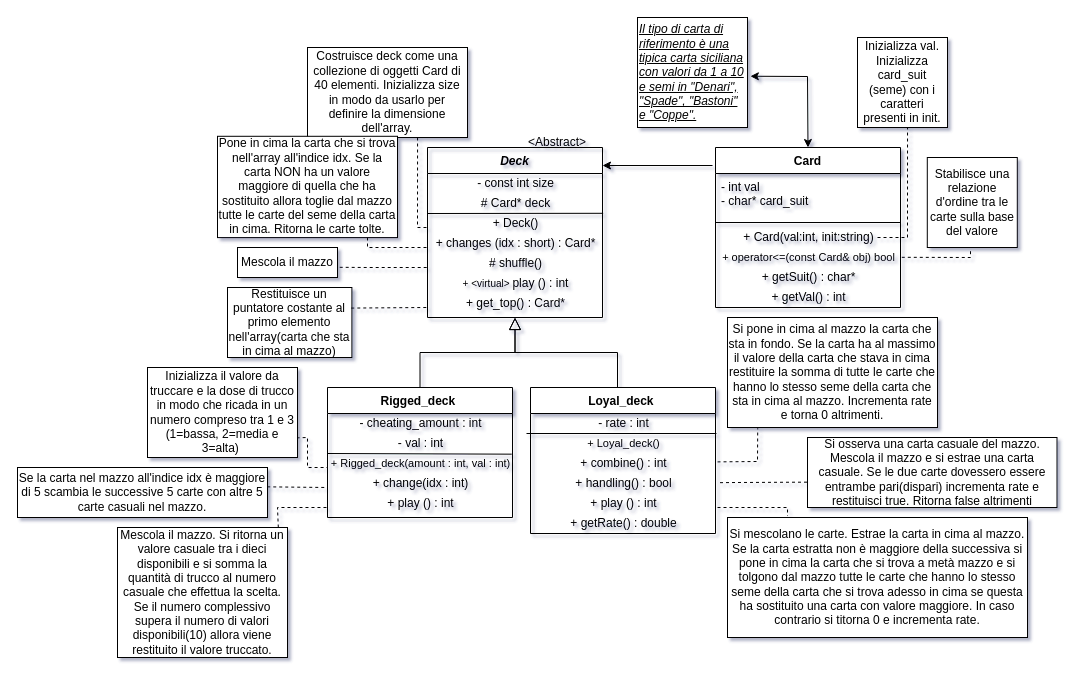
Before: Lab.-ProgI-AA-2022/Deck/DiagrammaDeck.drawio in nameisalfio/ProgI, a draw.io diagram. Source tidied: cells renumbered, new cells numbered last; positions are measured from the earlier drawing's top-left corner, leaving out a move shared by most shapes. Both pictures are drawn from the tidied source at 100%, with x=0, y=0 at pixel (17, 17).
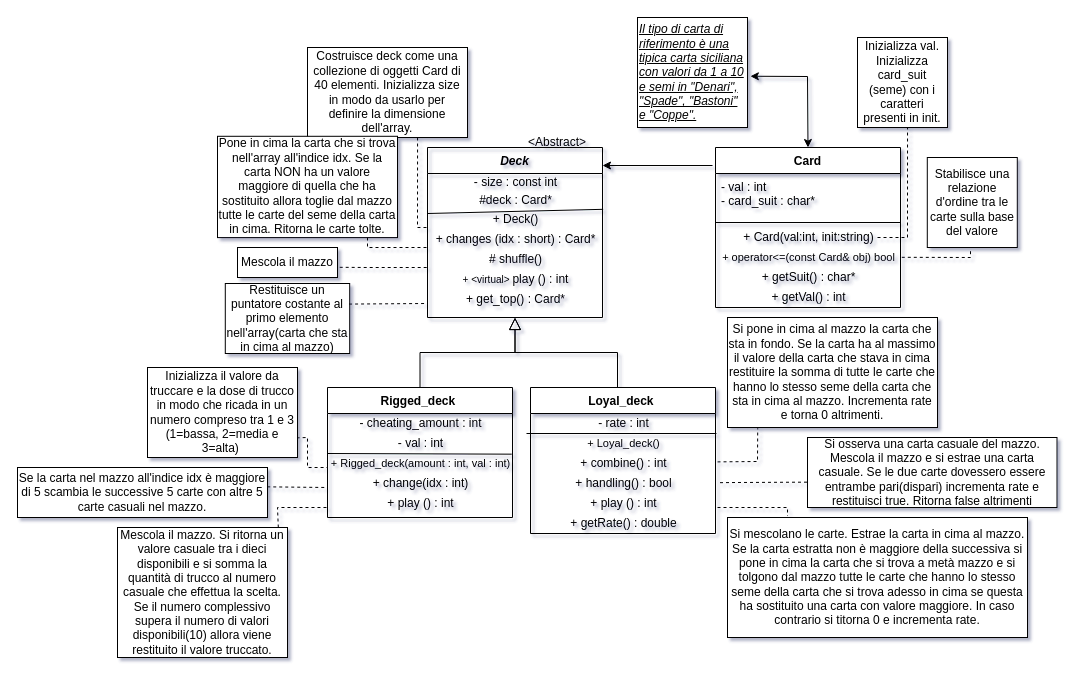
The same diagram, later.

The change refers to these unchanged cells:
```xml
<mxCell id="2" value="Deck" style="swimlane;fontStyle=3;align=center;verticalAlign=top;horizontal=1;startSize=26;rounded=0;shadow=0;strokeWidth=1;fillColor=none;" parent="1" vertex="1">
  <mxGeometry x="410" y="130" width="175" height="170" as="geometry" />
</mxCell>
<mxCell id="21" value="Card" style="swimlane;fontStyle=1;align=center;verticalAlign=top;horizontal=1;startSize=26;rounded=0;shadow=0;strokeWidth=1;" parent="1" vertex="1">
  <mxGeometry x="698" y="130" width="185" height="160" as="geometry" />
</mxCell>
```

Diff of the diagram source:
```diff
@@
-    <mxCell id="3" value="- const int size" style="text;html=1;align=center;verticalAlign=middle;fillColor=none;rounded=0;" parent="2" vertex="1">
-      <mxGeometry y="26" width="175" height="20" as="geometry" />
+    <mxCell id="3" value="- size : const int" style="text;html=1;align=center;verticalAlign=middle;fillColor=none;rounded=0;" parent="2" vertex="1">
+      <mxGeometry y="26" width="175" height="18" as="geometry" />
     </mxCell>
-    <mxCell id="4" value="# Card* deck" style="text;html=1;align=center;verticalAlign=middle;points=[];fillColor=none;rounded=0;" parent="2" vertex="1">
-      <mxGeometry y="46" width="175" height="20" as="geometry" />
+    <mxCell id="4" value="#deck : Card*" style="text;html=1;align=center;verticalAlign=middle;points=[];fillColor=none;rounded=0;" parent="2" vertex="1">
+      <mxGeometry y="44" width="175" height="18" as="geometry" />
     </mxCell>
@@
     <mxCell id="6" value="+ Deck()" style="text;html=1;align=center;verticalAlign=middle;fillColor=none;rounded=0;" parent="2" vertex="1">
-      <mxGeometry y="66" width="175" height="20" as="geometry" />
+      <mxGeometry y="62" width="175" height="20" as="geometry" />
     </mxCell>
     <mxCell id="7" value="+ changes (idx : short) : Card*" style="text;html=1;align=center;verticalAlign=middle;fillColor=none;rounded=0;" parent="2" vertex="1">
-      <mxGeometry y="86" width="175" height="20" as="geometry" />
+      <mxGeometry y="82" width="175" height="20" as="geometry" />
     </mxCell>
     <mxCell id="8" value="# shuffle()" style="text;html=1;align=center;verticalAlign=middle;fillColor=none;rounded=0;" parent="2" vertex="1">
-      <mxGeometry y="106" width="175" height="20" as="geometry" />
+      <mxGeometry y="102" width="175" height="20" as="geometry" />
     </mxCell>
     <mxCell id="9" value="&lt;font style=&quot;font-size: 10px;&quot;&gt;+ &amp;lt;virtual&amp;gt;&amp;nbsp;&lt;/font&gt;play () : int" style="text;html=1;align=center;verticalAlign=middle;fillColor=none;rounded=0;" parent="2" vertex="1">
-      <mxGeometry y="126" width="175" height="20" as="geometry" />
+      <mxGeometry y="122" width="175" height="20" as="geometry" />
     </mxCell>
     <mxCell id="10" value="+ get_top() : Card*" style="text;html=1;align=center;verticalAlign=middle;points=[];fillColor=none;rounded=0;" parent="2" vertex="1">
-      <mxGeometry y="146" width="175" height="20" as="geometry" />
+      <mxGeometry y="142" width="175" height="20" as="geometry" />
     </mxCell>
@@
-    <mxCell id="22" value="- int val&#10;- char* card_suit" style="text;align=left;verticalAlign=top;spacingLeft=4;spacingRight=4;overflow=hidden;rounded=0;" parent="21" vertex="1">
+    <mxCell id="22" value="- val : int&#10;- card_suit : char*" style="text;align=left;verticalAlign=top;spacingLeft=4;spacingRight=4;overflow=hidden;rounded=0;" parent="21" vertex="1">
       <mxGeometry y="26" width="185" height="44" as="geometry" />
     </mxCell>
@@
     <mxCell id="42" value="Restituisce un puntatore costante al primo elemento nell'array(carta che sta in cima al mazzo)" style="whiteSpace=wrap;html=1;rounded=0;" parent="1" vertex="1">
-      <mxGeometry x="210" y="270" width="124.4" height="70" as="geometry" />
+      <mxGeometry x="207.8" y="266" width="124.4" height="70" as="geometry" />
     </mxCell>
```
